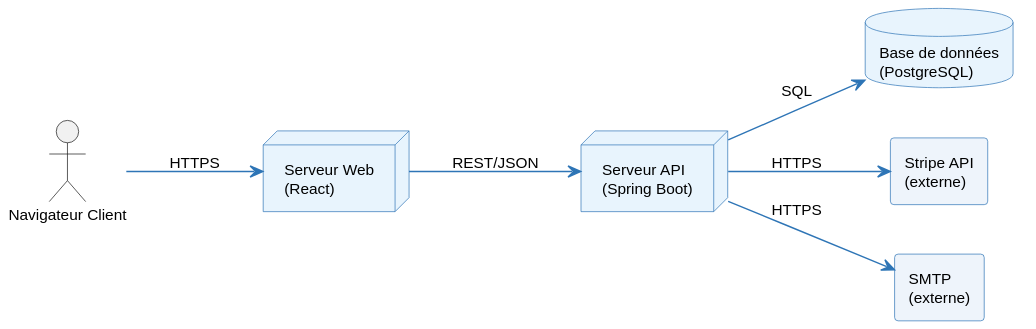
Before: architecture/diagrams/readme/pa-deployment-fr.svg, a diagram exported from PlantUML (louistalvande/online_shop).
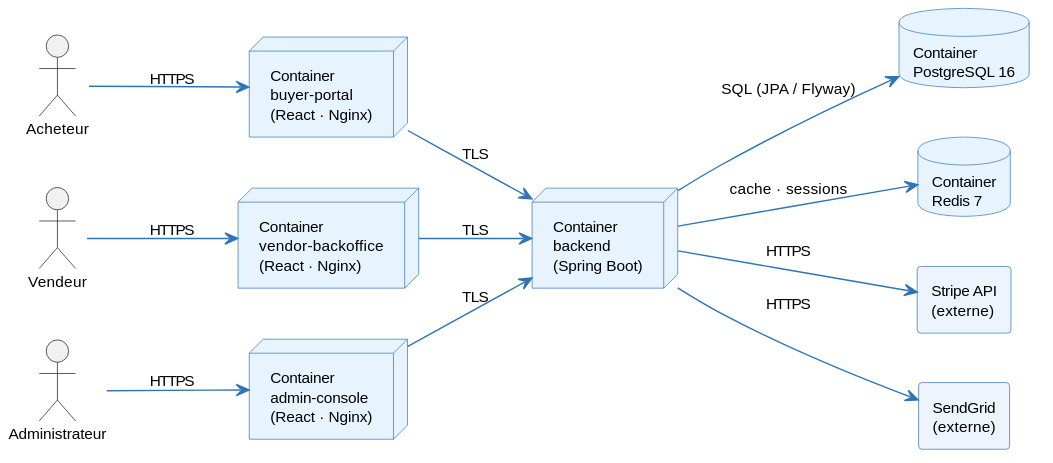
After the change.

Change to the diagram source:
```diff
@@ -11,17 +11,29 @@
 
 left to right direction
 
-actor "Navigateur Client" as Client
+actor "Acheteur"       as Buyer
+actor "Vendeur"        as Vendor
+actor "Administrateur" as Admin
 
-node "Serveur Web\n(React)" as Web
-node "Serveur API\n(Spring Boot)" as API
-database "Base de données\n(PostgreSQL)" as DB
+node "Container\nbuyer-portal\n(React · Nginx)" as FrontB
+node "Container\nvendor-backoffice\n(React · Nginx)" as FrontV
+node "Container\nadmin-console\n(React · Nginx)" as FrontA
+node "Container\nbackend\n(Spring Boot)" as API
+database "Container\nPostgreSQL 16" as DB
+database "Container\nRedis 7" as Redis
 rectangle "Stripe API\n(externe)" as Stripe
-rectangle "SMTP\n(externe)" as SMTP
+rectangle "SendGrid\n(externe)" as SMTP
 
-Client --> Web : HTTPS
-Web --> API : REST/JSON
-API --> DB : SQL
+Buyer  --> FrontB : HTTPS
+Vendor --> FrontV : HTTPS
+Admin  --> FrontA : HTTPS
+
+FrontB --> API : TLS
+FrontV --> API : TLS
+FrontA --> API : TLS
+
+API --> DB    : SQL (JPA / Flyway)
+API --> Redis : cache · sessions
 API --> Stripe : HTTPS
-API --> SMTP : HTTPS
+API --> SMTP   : HTTPS
 @enduml
```
